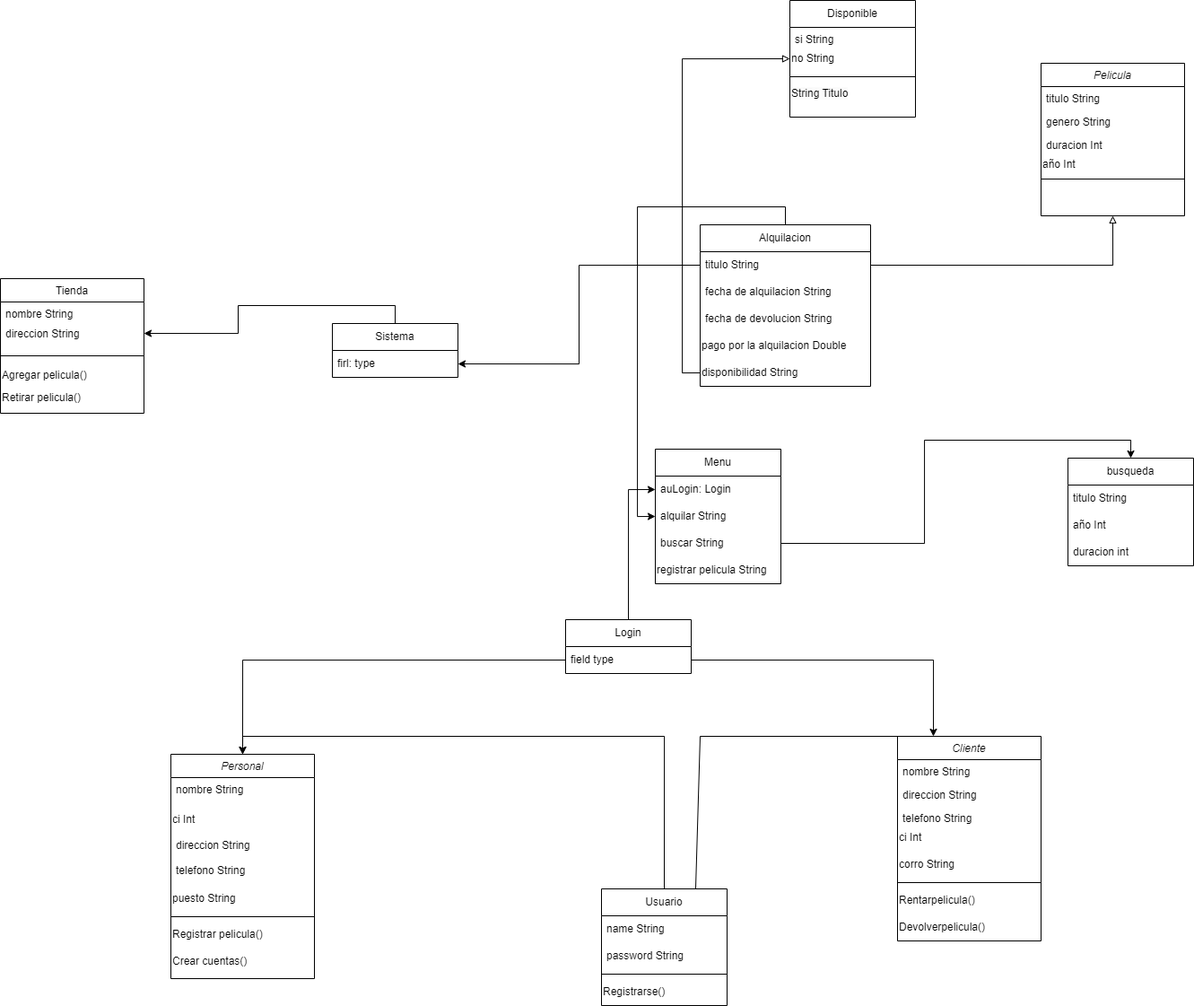
Earlier version of the draw.io export diagrama.drawio.png (jhovanii/trabaja). Source tidied: cells renumbered, new cells last; positions are measured from the earlier drawing's top-left corner, leaving out a move shared by most shapes.
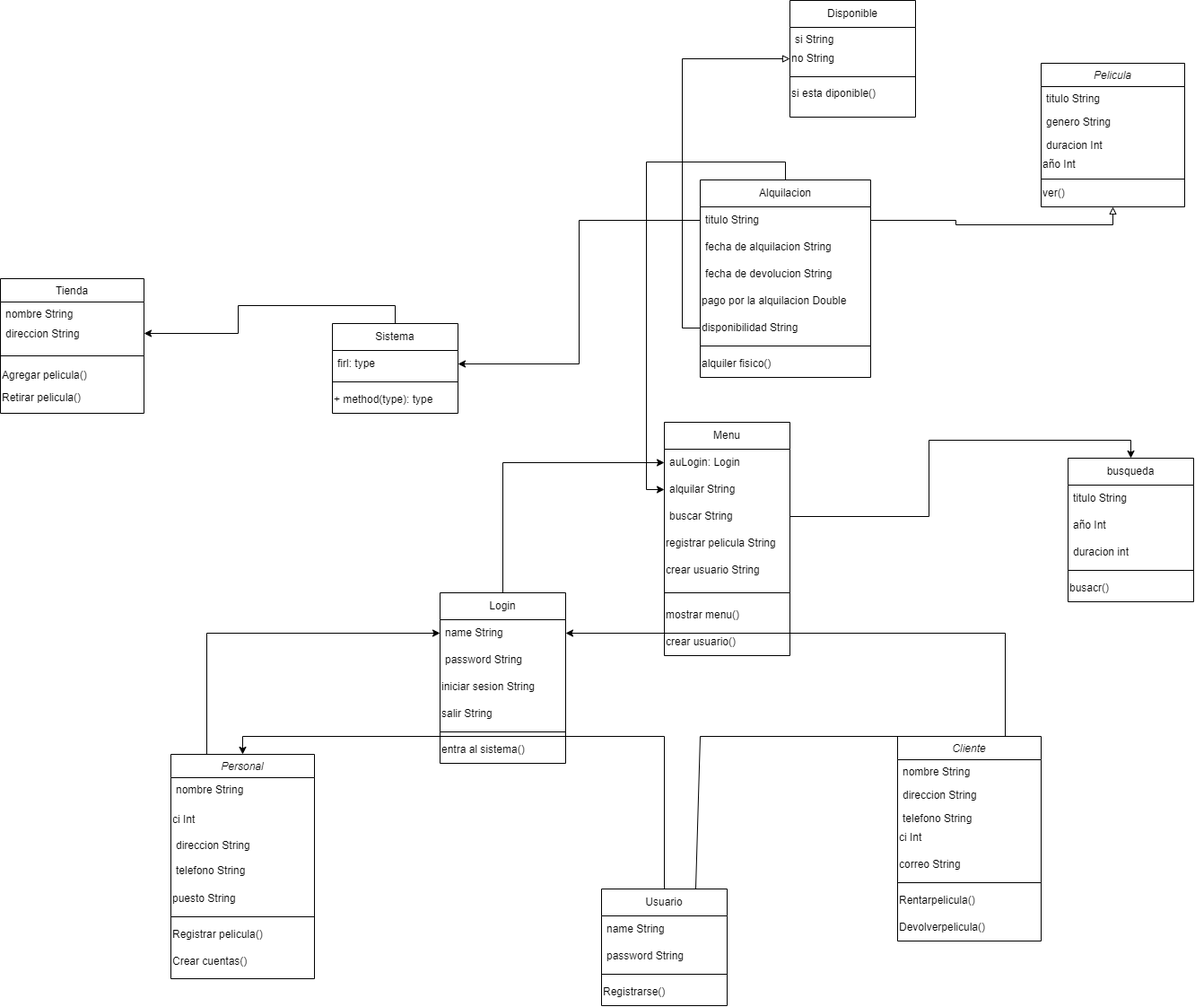
The same diagram one commit later.

Diff of the diagram source:
```diff
@@ -2,6 +2,9 @@
   <root>
     <mxCell id="0" />
     <mxCell id="1" parent="0" />
+    <mxCell id="72" style="edgeStyle=orthogonalEdgeStyle;rounded=0;jettySize=auto;html=1;exitX=0.25;exitY=0;exitDx=0;exitDy=0;entryX=0;entryY=0.5;entryDx=0;entryDy=0;" parent="1" edge="1" source="2" target="77">
+      <mxGeometry relative="1" as="geometry" />
+    </mxCell>
     <mxCell id="2" value="Personal" style="swimlane;fontStyle=2;align=center;verticalAlign=top;horizontal=1;startSize=26;rounded=0;shadow=0;strokeWidth=1;" parent="1" vertex="1">
       <mxGeometry x="190" y="840" width="160" height="250" as="geometry" />
     </mxCell>
@@ -48,7 +51,7 @@
       <mxGeometry y="118" width="160" height="30" as="geometry" />
     </mxCell>
     <mxCell id="17" value="Pelicula" style="swimlane;fontStyle=2;align=center;verticalAlign=top;horizontal=1;startSize=26;rounded=0;shadow=0;strokeWidth=1;" parent="1" vertex="1">
-      <mxGeometry x="1160" y="70" width="160" height="170" as="geometry" />
+      <mxGeometry x="1160" y="70" width="160" height="160" as="geometry" />
     </mxCell>
     <mxCell id="18" value="titulo String" style="text;align=left;verticalAlign=top;spacingLeft=4;spacingRight=4;overflow=hidden;" parent="17" vertex="1">
       <mxGeometry y="26" width="160" height="26" as="geometry" />
@@ -65,6 +68,12 @@
     <mxCell id="22" style="line;html=1;strokeWidth=1;align=left;verticalAlign=middle;spacingTop=-1;spacingLeft=3;spacingRight=3;labelPosition=right;" parent="17" vertex="1">
       <mxGeometry y="128" width="160" height="2" as="geometry" />
     </mxCell>
+    <mxCell id="73" value="ver()" style="text;html=1;align=left;verticalAlign=middle;whiteSpace=wrap;rounded=0;" parent="17" vertex="1">
+      <mxGeometry y="130" width="160" height="30" as="geometry" />
+    </mxCell>
+    <mxCell id="74" style="edgeStyle=orthogonalEdgeStyle;rounded=0;jettySize=auto;html=1;exitX=0.75;exitY=0;exitDx=0;exitDy=0;entryX=1;entryY=0.5;entryDx=0;entryDy=0;" parent="1" edge="1" source="23" target="77">
+      <mxGeometry relative="1" as="geometry" />
+    </mxCell>
     <mxCell id="23" value="Cliente" style="swimlane;fontStyle=2;align=center;verticalAlign=top;horizontal=1;startSize=26;rounded=0;shadow=0;strokeWidth=1;" parent="1" vertex="1">
       <mxGeometry x="1000" y="820" width="160" height="228" as="geometry" />
     </mxCell>
@@ -80,7 +89,7 @@
     <mxCell id="27" value="ci Int" style="text;html=1;align=left;verticalAlign=middle;whiteSpace=wrap;rounded=0;" parent="23" vertex="1">
       <mxGeometry y="98" width="160" height="30" as="geometry" />
     </mxCell>
-    <mxCell id="28" value="corro String" style="text;html=1;align=left;verticalAlign=middle;whiteSpace=wrap;rounded=0;" parent="23" vertex="1">
+    <mxCell id="28" value="correo String" style="text;html=1;align=left;verticalAlign=middle;whiteSpace=wrap;rounded=0;" parent="23" vertex="1">
       <mxGeometry y="128" width="160" height="30" as="geometry" />
     </mxCell>
     <mxCell id="29" style="line;html=1;strokeWidth=1;align=left;verticalAlign=middle;spacingTop=-1;spacingLeft=3;spacingRight=3;labelPosition=right;" parent="23" vertex="1">
@@ -104,7 +113,7 @@
     <mxCell id="35" style="line;html=1;strokeWidth=1;align=left;verticalAlign=middle;spacingTop=-1;spacingLeft=3;spacingRight=3;labelPosition=right;" parent="32" vertex="1">
       <mxGeometry y="80" width="140" height="10" as="geometry" />
     </mxCell>
-    <mxCell id="36" value="&lt;span style=&quot;color: rgb(0, 0, 0); font-family: Helvetica; font-size: 12px; font-style: normal; font-variant-ligatures: normal; font-variant-caps: normal; font-weight: 400; letter-spacing: normal; orphans: 2; text-align: left; text-indent: 0px; text-transform: none; widows: 2; word-spacing: 0px; -webkit-text-stroke-width: 0px; white-space: nowrap; background-color: rgb(251, 251, 251); text-decoration-thickness: initial; text-decoration-style: initial; text-decoration-color: initial; display: inline !important; float: none;&quot;&gt;String Titulo&lt;/span&gt;" style="text;whiteSpace=wrap;html=1;" parent="32" vertex="1">
+    <mxCell id="36" value="&lt;span style=&quot;text-wrap: nowrap;&quot;&gt;si esta diponible()&lt;/span&gt;" style="text;whiteSpace=wrap;html=1;" parent="32" vertex="1">
       <mxGeometry y="90" width="140" height="40" as="geometry" />
     </mxCell>
     <mxCell id="37" style="edgeStyle=orthogonalEdgeStyle;rounded=0;jettySize=auto;html=1;exitX=0.5;exitY=0;exitDx=0;exitDy=0;entryX=0.5;entryY=0;entryDx=0;entryDy=0;" parent="1" edge="1" source="38" target="2">
@@ -129,25 +138,46 @@
       <mxGeometry relative="1" as="geometry" />
     </mxCell>
     <mxCell id="44" value="Sistema" style="swimlane;fontStyle=0;horizontal=1;startSize=30;whiteSpace=wrap;html=1;" parent="1" vertex="1">
-      <mxGeometry x="370" y="360" width="140" height="60" as="geometry" />
+      <mxGeometry x="370" y="360" width="140" height="100" as="geometry" />
     </mxCell>
     <mxCell id="45" value="firl: type" style="text;strokeColor=none;fillColor=none;align=left;verticalAlign=middle;spacingLeft=4;spacingRight=4;overflow=hidden;points=[[0,0.5],[1,0.5]];portConstraint=eastwest;whiteSpace=wrap;html=1;" parent="44" vertex="1">
       <mxGeometry y="30" width="140" height="30" as="geometry" />
     </mxCell>
+    <mxCell id="75" style="line;html=1;strokeWidth=1;align=left;verticalAlign=middle;spacingTop=-1;spacingLeft=3;spacingRight=3;labelPosition=right;" parent="44" vertex="1">
+      <mxGeometry y="60" width="140" height="10" as="geometry" />
+    </mxCell>
+    <mxCell id="76" value="&lt;span style=&quot;&quot;&gt;+ method(type): type&lt;/span&gt;" style="text;html=1;align=left;verticalAlign=middle;whiteSpace=wrap;rounded=0;" parent="44" vertex="1">
+      <mxGeometry y="70" width="140" height="30" as="geometry" />
+    </mxCell>
     <mxCell id="46" style="edgeStyle=orthogonalEdgeStyle;rounded=0;jettySize=auto;html=1;exitX=0.5;exitY=0;exitDx=0;exitDy=0;entryX=0;entryY=0.5;entryDx=0;entryDy=0;" parent="1" edge="1" source="47" target="57">
       <mxGeometry relative="1" as="geometry" />
     </mxCell>
     <mxCell id="47" value="Login" style="swimlane;fontStyle=0;horizontal=1;startSize=30;whiteSpace=wrap;html=1;" parent="1" vertex="1">
-      <mxGeometry x="630" y="690" width="140" height="60" as="geometry" />
+      <mxGeometry x="490" y="660" width="140" height="190" as="geometry" />
     </mxCell>
+    <mxCell id="77" value="name String" style="text;strokeColor=none;fillColor=none;align=left;verticalAlign=middle;spacingLeft=4;spacingRight=4;overflow=hidden;points=[[0,0.5],[1,0.5]];portConstraint=eastwest;whiteSpace=wrap;html=1;" parent="47" vertex="1">
+      <mxGeometry y="30" width="140" height="30" as="geometry" />
+    </mxCell>
-    <mxCell id="48" value="field type" style="text;strokeColor=none;fillColor=none;align=left;verticalAlign=middle;spacingLeft=4;spacingRight=4;overflow=hidden;points=[[0,0.5],[1,0.5]];portConstraint=eastwest;whiteSpace=wrap;html=1;" parent="47" vertex="1">
-      <mxGeometry y="30" width="140" height="30" as="geometry" />
+    <mxCell id="48" value="password String" style="text;strokeColor=none;fillColor=none;align=left;verticalAlign=middle;spacingLeft=4;spacingRight=4;overflow=hidden;points=[[0,0.5],[1,0.5]];portConstraint=eastwest;whiteSpace=wrap;html=1;" parent="47" vertex="1">
+      <mxGeometry y="60" width="140" height="30" as="geometry" />
     </mxCell>
+    <mxCell id="78" value="iniciar sesion String" style="text;html=1;align=left;verticalAlign=middle;whiteSpace=wrap;rounded=0;" parent="47" vertex="1">
+      <mxGeometry y="90" width="140" height="30" as="geometry" />
+    </mxCell>
+    <mxCell id="79" value="salir String" style="text;html=1;align=left;verticalAlign=middle;whiteSpace=wrap;rounded=0;" parent="47" vertex="1">
+      <mxGeometry y="120" width="140" height="30" as="geometry" />
+    </mxCell>
+    <mxCell id="80" style="line;html=1;strokeWidth=1;align=left;verticalAlign=middle;spacingTop=-1;spacingLeft=3;spacingRight=3;labelPosition=right;" parent="47" vertex="1">
+      <mxGeometry y="150" width="140" height="10" as="geometry" />
+    </mxCell>
+    <mxCell id="81" value="entra al sistema()" style="text;html=1;align=left;verticalAlign=middle;whiteSpace=wrap;rounded=0;" parent="47" vertex="1">
+      <mxGeometry y="160" width="140" height="30" as="geometry" />
+    </mxCell>
     <mxCell id="49" style="edgeStyle=orthogonalEdgeStyle;rounded=0;jettySize=auto;html=1;exitX=0.5;exitY=0;exitDx=0;exitDy=0;entryX=0;entryY=0.5;entryDx=0;entryDy=0;" parent="1" edge="1" source="50" target="58">
       <mxGeometry relative="1" as="geometry" />
     </mxCell>
     <mxCell id="50" value="Alquilacion" style="swimlane;fontStyle=0;horizontal=1;startSize=30;whiteSpace=wrap;html=1;" parent="1" vertex="1">
-      <mxGeometry x="780" y="250" width="190" height="180" as="geometry" />
+      <mxGeometry x="780" y="200" width="190" height="220" as="geometry" />
     </mxCell>
     <mxCell id="51" value="titulo String&amp;nbsp;" style="text;strokeColor=none;fillColor=none;align=left;verticalAlign=middle;spacingLeft=4;spacingRight=4;overflow=hidden;points=[[0,0.5],[1,0.5]];portConstraint=eastwest;whiteSpace=wrap;html=1;" parent="50" vertex="1">
       <mxGeometry y="30" width="190" height="30" as="geometry" />
@@ -164,8 +194,14 @@
     <mxCell id="55" value="disponibilidad String" style="text;html=1;align=left;verticalAlign=middle;whiteSpace=wrap;rounded=0;" parent="50" vertex="1">
       <mxGeometry y="150" width="190" height="30" as="geometry" />
     </mxCell>
+    <mxCell id="82" style="line;html=1;strokeWidth=1;align=left;verticalAlign=middle;spacingTop=-1;spacingLeft=3;spacingRight=3;labelPosition=right;" parent="50" vertex="1">
+      <mxGeometry y="180" width="190" height="10" as="geometry" />
+    </mxCell>
+    <mxCell id="83" value="alquiler fisico()" style="text;html=1;align=left;verticalAlign=middle;whiteSpace=wrap;rounded=0;" parent="50" vertex="1">
+      <mxGeometry y="190" width="190" height="30" as="geometry" />
+    </mxCell>
     <mxCell id="56" value="Menu" style="swimlane;fontStyle=0;horizontal=1;startSize=30;whiteSpace=wrap;html=1;" parent="1" vertex="1">
-      <mxGeometry x="730" y="500" width="140" height="150" as="geometry" />
+      <mxGeometry x="740" y="470" width="140" height="260" as="geometry" />
     </mxCell>
     <mxCell id="57" value="auLogin: Login" style="text;strokeColor=none;fillColor=none;align=left;verticalAlign=middle;spacingLeft=4;spacingRight=4;overflow=hidden;points=[[0,0.5],[1,0.5]];portConstraint=eastwest;whiteSpace=wrap;html=1;" parent="56" vertex="1">
       <mxGeometry y="30" width="140" height="30" as="geometry" />
@@ -179,12 +215,18 @@
     <mxCell id="60" value="registrar pelicula String" style="text;html=1;align=left;verticalAlign=middle;whiteSpace=wrap;rounded=0;" parent="56" vertex="1">
       <mxGeometry y="120" width="140" height="30" as="geometry" />
     </mxCell>
-    <mxCell id="61" style="edgeStyle=orthogonalEdgeStyle;rounded=0;jettySize=auto;html=1;exitX=1;exitY=0.5;exitDx=0;exitDy=0;entryX=0.25;entryY=0;entryDx=0;entryDy=0;" parent="1" edge="1" source="48" target="23">
-      <mxGeometry relative="1" as="geometry" />
-    </mxCell>
-    <mxCell id="62" style="edgeStyle=orthogonalEdgeStyle;rounded=0;jettySize=auto;html=1;exitX=0;exitY=0.5;exitDx=0;exitDy=0;entryX=0.5;entryY=0;entryDx=0;entryDy=0;" parent="1" edge="1" source="48" target="2">
-      <mxGeometry relative="1" as="geometry" />
-    </mxCell>
+    <mxCell id="84" value="crear usuario String" style="text;html=1;align=left;verticalAlign=middle;whiteSpace=wrap;rounded=0;" parent="56" vertex="1">
+      <mxGeometry y="150" width="140" height="30" as="geometry" />
+    </mxCell>
+    <mxCell id="85" style="line;html=1;strokeWidth=1;align=left;verticalAlign=middle;spacingTop=-1;spacingLeft=3;spacingRight=3;labelPosition=right;" parent="56" vertex="1">
+      <mxGeometry y="180" width="140" height="20" as="geometry" />
+    </mxCell>
+    <mxCell id="86" value="mostrar menu()" style="text;html=1;align=left;verticalAlign=middle;whiteSpace=wrap;rounded=0;" parent="56" vertex="1">
+      <mxGeometry y="200" width="140" height="30" as="geometry" />
+    </mxCell>
+    <mxCell id="87" value="crear usuario()" style="text;html=1;align=left;verticalAlign=middle;whiteSpace=wrap;rounded=0;" parent="56" vertex="1">
+      <mxGeometry y="230" width="140" height="30" as="geometry" />
+    </mxCell>
     <mxCell id="63" style="endArrow=none;html=1;rounded=0;entryX=0.5;entryY=0;entryDx=0;entryDy=0;exitX=0.75;exitY=0;exitDx=0;exitDy=0;" parent="1" edge="1" source="38" target="23">
       <mxGeometry relative="1" as="geometry">
         <Array as="points">
@@ -202,7 +244,7 @@
       <mxGeometry relative="1" as="geometry" />
     </mxCell>
     <mxCell id="67" value="busqueda" style="swimlane;fontStyle=0;horizontal=1;startSize=30;whiteSpace=wrap;html=1;" parent="1" vertex="1">
-      <mxGeometry x="1190" y="510" width="140" height="120" as="geometry" />
+      <mxGeometry x="1190" y="510" width="140" height="160" as="geometry" />
     </mxCell>
     <mxCell id="68" value="titulo String&amp;nbsp;" style="text;strokeColor=none;fillColor=none;align=left;verticalAlign=middle;spacingLeft=4;spacingRight=4;overflow=hidden;whiteSpace=wrap;html=1;" parent="67" vertex="1">
       <mxGeometry y="30" width="140" height="30" as="geometry" />
@@ -213,6 +255,12 @@
     <mxCell id="70" value="duracion int" style="text;strokeColor=none;fillColor=none;align=left;verticalAlign=middle;spacingLeft=4;spacingRight=4;overflow=hidden;whiteSpace=wrap;html=1;" parent="67" vertex="1">
       <mxGeometry y="90" width="140" height="30" as="geometry" />
     </mxCell>
+    <mxCell id="88" style="line;html=1;strokeWidth=1;align=left;verticalAlign=middle;spacingTop=-1;spacingLeft=3;spacingRight=3;labelPosition=right;" parent="67" vertex="1">
+      <mxGeometry y="120" width="140" height="10" as="geometry" />
+    </mxCell>
+    <mxCell id="89" value="busacr()" style="text;html=1;align=left;verticalAlign=middle;whiteSpace=wrap;rounded=0;" parent="67" vertex="1">
+      <mxGeometry y="130" width="140" height="30" as="geometry" />
+    </mxCell>
     <mxCell id="71" style="edgeStyle=orthogonalEdgeStyle;rounded=0;jettySize=auto;html=1;exitX=1;exitY=0.5;exitDx=0;exitDy=0;entryX=0.5;entryY=0;entryDx=0;entryDy=0;" parent="1" edge="1" source="59" target="67">
       <mxGeometry relative="1" as="geometry" />
     </mxCell>
```
